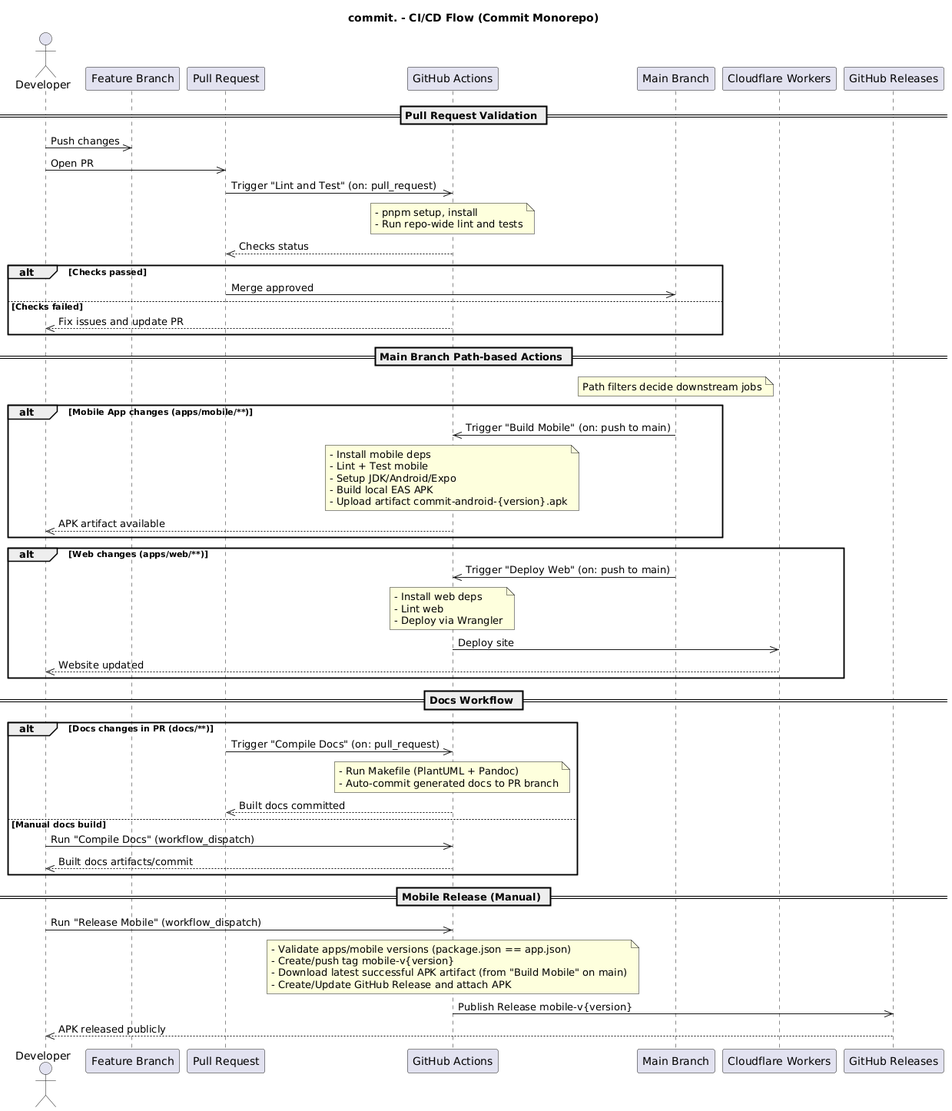
getcommitapp/commit keeps this PlantUML diagram as docs/cicd-flow.png. Above is the earlier version.
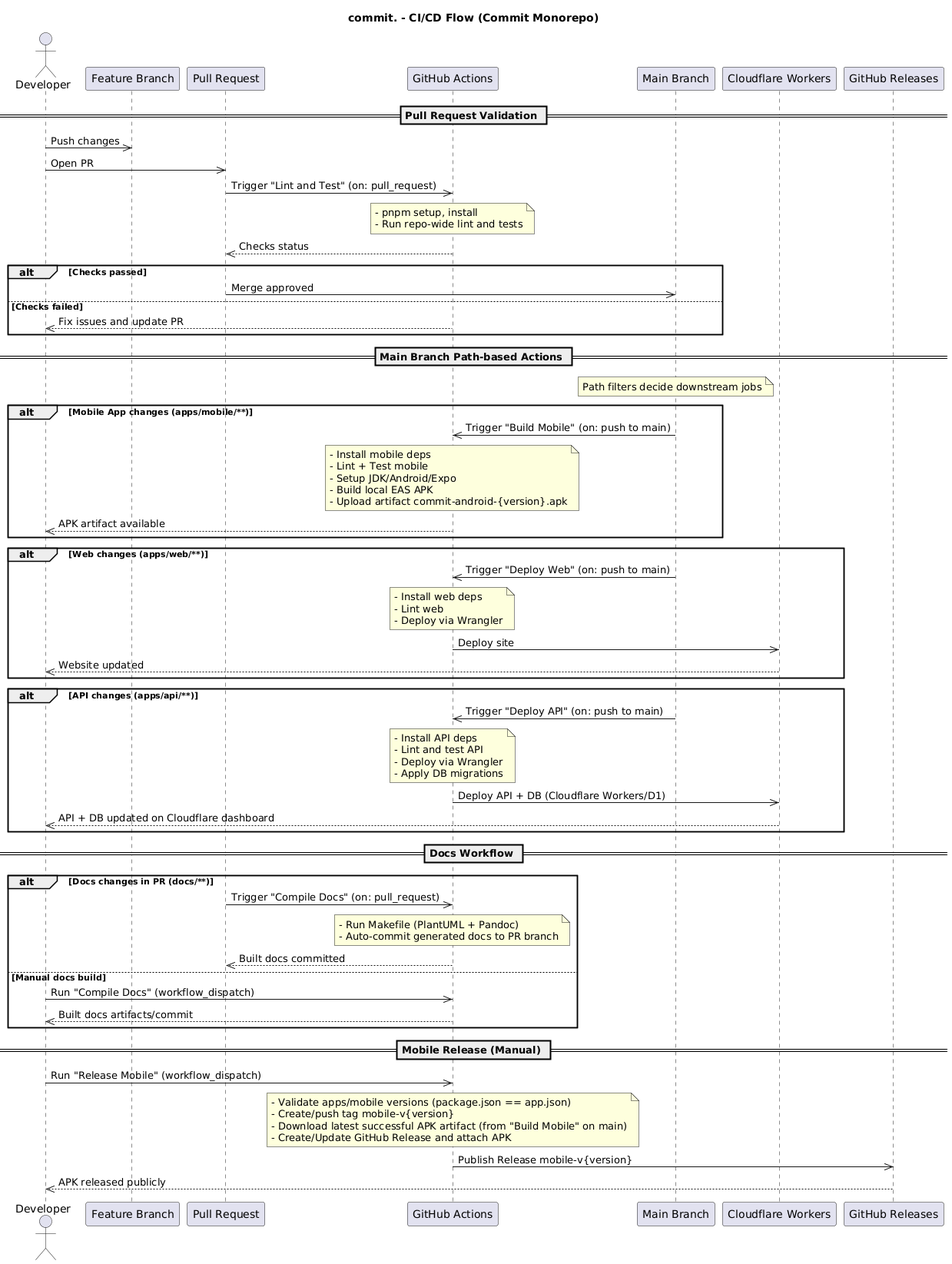
The same file after the commit.

The edit, as a diff of the source:
```diff
@@ -51,6 +51,18 @@
   CF -->> Dev: Website updated
 end
 
+alt API changes (apps/api/**)
+  Main ->> GHA: Trigger "Deploy API" (on: push to main)
+  note over GHA
+    - Install API deps
+    - Lint and test API
+    - Deploy via Wrangler
+    - Apply DB migrations
+  end note
+  GHA ->> CF: Deploy API + DB (Cloudflare Workers/D1)
+  CF -->> Dev: API + DB updated on Cloudflare dashboard
+end
+
 == Docs Workflow ==
 alt Docs changes in PR (docs/**)
   PR ->> GHA: Trigger "Compile Docs" (on: pull_request)
```
